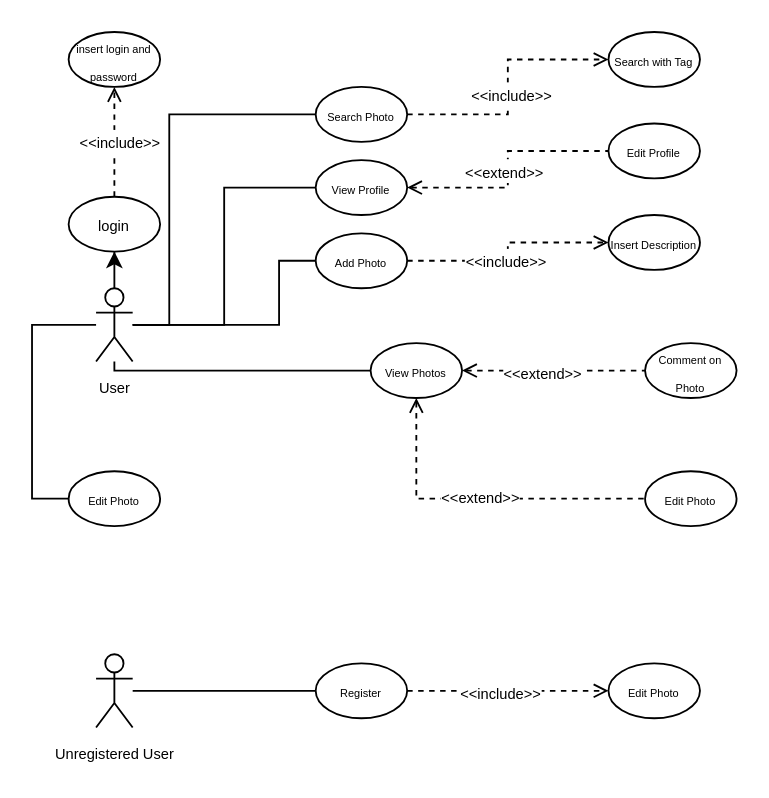
This is UseCase.drawio from Muszunia03/AndroidNFC2, a draw.io file, before an edit. Source tidied: cells renumbered, new cells numbered last; positions are measured from the earlier drawing's top-left corner, leaving out a move shared by most shapes. Both pictures are drawn from the tidied source at 183%, with x=0, y=0 at pixel (31, 31).
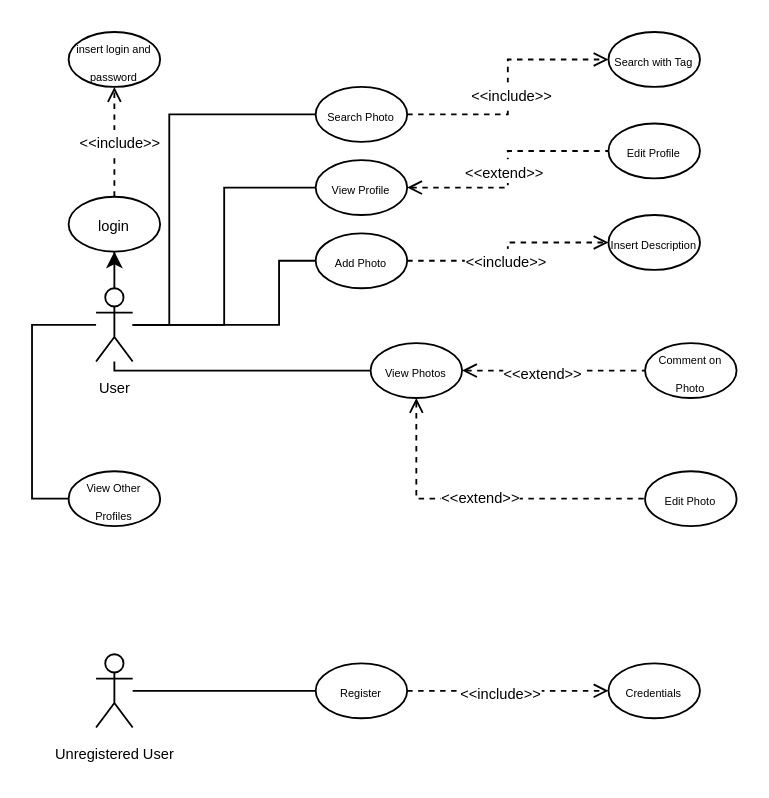
The same page after the edit.

What changed in the source:
```diff
@@
-    <mxCell id="34" value="&lt;font style=&quot;font-size: 6px;&quot;&gt;Edit Photo&lt;/font&gt;" style="ellipse;whiteSpace=wrap;html=1;" parent="1" vertex="1">
+    <mxCell id="34" value="&lt;font style=&quot;font-size: 6px;&quot;&gt;View Other Profiles&lt;/font&gt;" style="ellipse;whiteSpace=wrap;html=1;" parent="1" vertex="1">
       <mxGeometry x="20" y="240" width="50" height="30" as="geometry" />
     </mxCell>
@@
-    <mxCell id="38" value="&lt;font style=&quot;font-size: 6px;&quot;&gt;Edit Photo&lt;/font&gt;" style="ellipse;whiteSpace=wrap;html=1;" parent="1" vertex="1">
+    <mxCell id="38" value="&lt;font style=&quot;font-size: 6px;&quot;&gt;Credentials&lt;/font&gt;" style="ellipse;whiteSpace=wrap;html=1;" parent="1" vertex="1">
       <mxGeometry x="315" y="345" width="50" height="30" as="geometry" />
     </mxCell>
```
